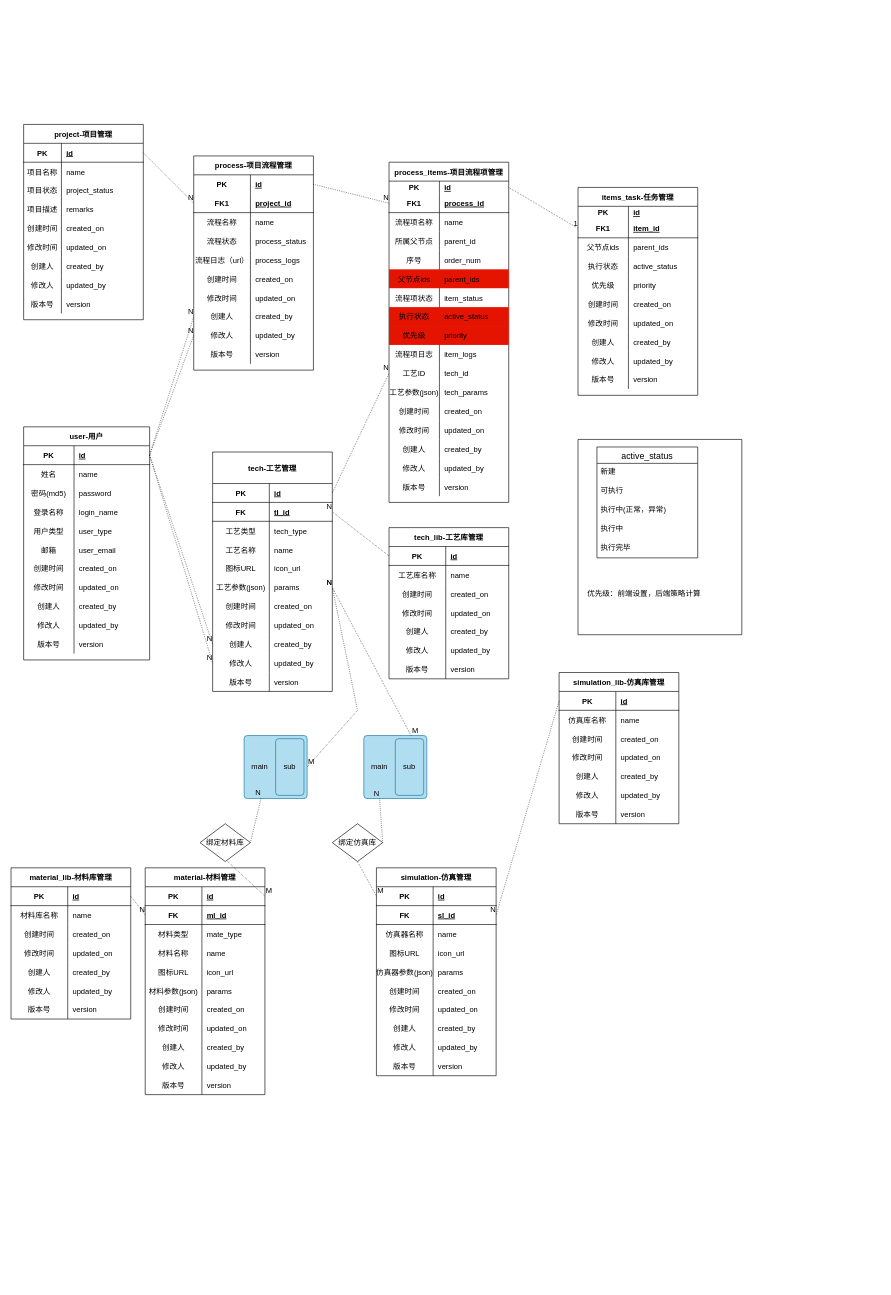
yezhen701/VTCAD keeps this draw.io diagram as doc/webVTCadDatabase.drawio. Above is the earlier version. Source tidied: cells renumbered, new cells numbered last; positions are measured from the earlier drawing's top-left corner, leaving out a move shared by most shapes. Both pictures are drawn from the tidied source at 63%, with x=0, y=0 at pixel (11, 124).
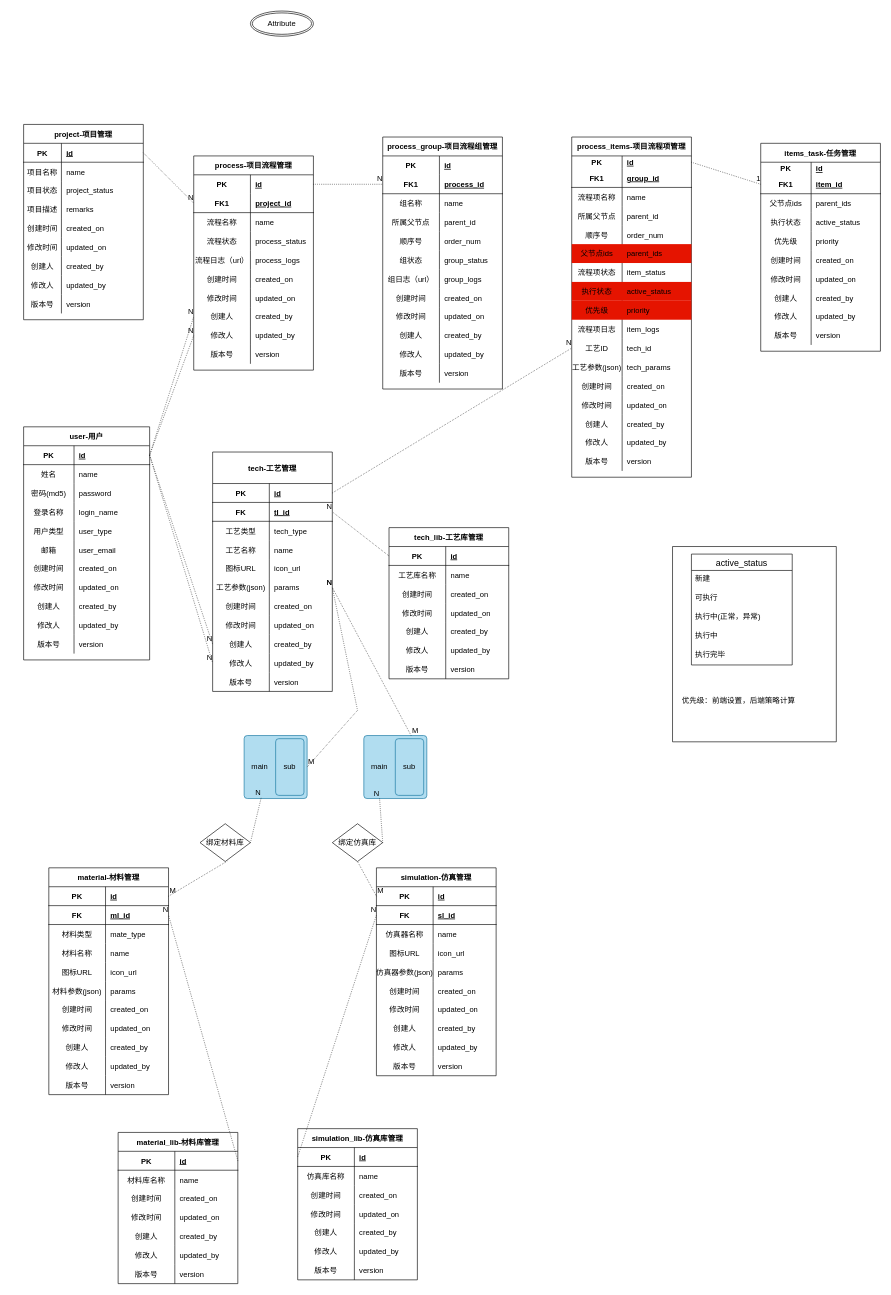
The same diagram, later.

Unchanged cells that the change refers to:
```xml
<mxCell id="68" style="shape=partialRectangle;fillColor=none;top=0;left=0;bottom=1;right=0;points=[[0,0.5],[1,0.5]];portConstraint=eastwest;" parent="64" vertex="1">
  <mxGeometry y="60" width="190" height="30" as="geometry" />
</mxCell>
<mxCell id="136" style="shape=partialRectangle;fillColor=none;top=0;left=0;bottom=1;right=0;points=[[0,0.5],[1,0.5]];portConstraint=eastwest;" parent="132" vertex="1">
  <mxGeometry y="60" width="190" height="30" as="geometry" />
</mxCell>
<mxCell id="167" style="shape=partialRectangle;fillColor=none;top=0;left=0;bottom=1;right=0;points=[[0,0.5],[1,0.5]];portConstraint=eastwest;" parent="163" vertex="1">
  <mxGeometry y="50" width="190" height="30" as="geometry" />
</mxCell>
<mxCell id="176" style="shape=partialRectangle;fillColor=none;top=0;left=0;bottom=0;right=0;" parent="163" vertex="1">
  <mxGeometry y="140" width="190" height="30" as="geometry" />
</mxCell>
<mxCell id="216" style="shape=partialRectangle;fillColor=none;top=0;left=0;bottom=0;right=0;points=[[0,0.5],[1,0.5]];portConstraint=eastwest;" parent="215" vertex="1">
  <mxGeometry y="30" width="190" height="30" as="geometry" />
</mxCell>
<mxCell id="261" style="shape=partialRectangle;fillColor=none;top=0;left=0;bottom=1;right=0;points=[[0,0.5],[1,0.5]];portConstraint=eastwest;" parent="260" vertex="1">
  <mxGeometry y="30" width="190" height="30" as="geometry" />
</mxCell>
<mxCell id="372" style="shape=partialRectangle;fillColor=none;top=0;left=0;bottom=1;right=0;points=[[0,0.5],[1,0.5]];portConstraint=eastwest;" parent="371" vertex="1">
  <mxGeometry y="30" width="190" height="30" as="geometry" />
</mxCell>
```

The edit, as a diff of the source:
```diff
@@
     <mxCell id="64" value="material-材料管理" style="shape=table;startSize=30;childLayout=tableLayout;rowLines=0;fontStyle=1;align=center;" parent="1" vertex="1">
-      <mxGeometry x="213" y="1180" width="190" height="360" as="geometry" />
+      <mxGeometry x="60" y="1180" width="190" height="360" as="geometry" />
     </mxCell>
@@
     <mxCell id="163" value="process_items-项目流程项管理" style="shape=table;startSize=30;childLayout=tableLayout;rowLines=0;fontStyle=1;align=center;" parent="1" vertex="1">
-      <mxGeometry x="600" y="60" width="190" height="540" as="geometry" />
+      <mxGeometry x="890" y="20" width="190" height="540" as="geometry" />
     </mxCell>
@@
-    <mxCell id="169" value="process_id" style="shape=partialRectangle;fillColor=none;top=0;left=0;bottom=0;right=0;align=left;spacingLeft=6;fontStyle=5;overflow=hidden;" parent="167" vertex="1">
+    <mxCell id="169" value="group_id" style="shape=partialRectangle;fillColor=none;top=0;left=0;bottom=0;right=0;align=left;spacingLeft=6;fontStyle=5;overflow=hidden;" parent="167" vertex="1">
       <mxGeometry x="80" width="110" height="30" as="geometry" />
     </mxCell>
@@
-    <mxCell id="177" value="序号" style="shape=partialRectangle;fillColor=none;top=0;left=0;bottom=0;right=0;overflow=hidden;" parent="176" vertex="1">
+    <mxCell id="177" value="顺序号" style="shape=partialRectangle;fillColor=none;top=0;left=0;bottom=0;right=0;overflow=hidden;" parent="176" vertex="1">
       <mxGeometry width="80" height="30" as="geometry" />
     </mxCell>
@@
-    <mxCell id="248" style="endArrow=none;html=1;rounded=0;dashed=1;dashPattern=1 2;exitX=1;exitY=0.5;exitDx=0;exitDy=0;entryX=0;entryY=0.5;entryDx=0;entryDy=0;" parent="1" edge="1" source="216" target="167">
+    <mxCell id="248" style="endArrow=none;html=1;rounded=0;dashed=1;dashPattern=1 2;exitX=1;exitY=0.5;exitDx=0;exitDy=0;entryX=0;entryY=0.5;entryDx=0;entryDy=0;" parent="1" edge="1" source="216" target="400">
       <mxGeometry relative="1" as="geometry" />
     </mxCell>
@@
     <mxCell id="260" value="material_lib-材料库管理" style="shape=table;startSize=30;childLayout=tableLayout;rowLines=0;fontStyle=1;align=center;" parent="1" vertex="1">
-      <mxGeometry y="1180" width="190" height="240" as="geometry" />
+      <mxGeometry x="170" y="1600" width="190" height="240" as="geometry" />
     </mxCell>
@@
-    <mxCell id="282" style="endArrow=none;html=1;rounded=0;dashed=1;dashPattern=1 2;exitX=1;exitY=0.5;exitDx=0;exitDy=0;entryX=0;entryY=0.5;entryDx=0;entryDy=0;" parent="1" edge="1" source="261" target="68">
+    <mxCell id="282" style="endArrow=none;html=1;rounded=0;dashed=1;dashPattern=1 2;exitX=1;exitY=0.5;exitDx=0;exitDy=0;entryX=1;entryY=0.5;entryDx=0;entryDy=0;" parent="1" edge="1" source="261" target="68">
       <mxGeometry relative="1" as="geometry" />
     </mxCell>
@@
     <mxCell id="308" style="swimlane;startSize=0;" parent="1" vertex="1">
-      <mxGeometry x="900" y="500" width="260" height="310" as="geometry" />
+      <mxGeometry x="1050" y="670" width="260" height="310" as="geometry" />
     </mxCell>
@@
     <mxCell id="316" value="items_task-任务管理" style="shape=table;startSize=30;childLayout=tableLayout;rowLines=0;fontStyle=1;align=center;" parent="1" vertex="1">
-      <mxGeometry x="900" y="100" width="190" height="330" as="geometry" />
+      <mxGeometry x="1190" y="30" width="190" height="330" as="geometry" />
     </mxCell>
@@
     <mxCell id="371" value="simulation_lib-仿真库管理" style="shape=table;startSize=30;childLayout=tableLayout;rowLines=0;fontStyle=1;align=center;" parent="1" vertex="1">
-      <mxGeometry x="870" y="870" width="190" height="240" as="geometry" />
+      <mxGeometry x="455" y="1594" width="190" height="240" as="geometry" />
     </mxCell>
@@
-    <mxCell id="393" style="endArrow=none;html=1;rounded=0;dashed=1;dashPattern=1 2;entryX=1;entryY=0.5;entryDx=0;entryDy=0;exitX=0;exitY=0.5;exitDx=0;exitDy=0;" parent="1" edge="1" source="372" target="136">
+    <mxCell id="393" style="endArrow=none;html=1;rounded=0;dashed=1;dashPattern=1 2;entryX=0;entryY=0.5;entryDx=0;entryDy=0;exitX=0;exitY=0.5;exitDx=0;exitDy=0;" parent="1" edge="1" source="372" target="136">
       <mxGeometry relative="1" as="geometry" />
     </mxCell>
@@
+    <mxCell id="395" value="Attribute" style="ellipse;shape=doubleEllipse;margin=3;whiteSpace=wrap;html=1;align=center;" parent="1" vertex="1">
+      <mxGeometry x="380" y="-180" width="100" height="40" as="geometry" />
+    </mxCell>
+    <mxCell id="396" value="process_group-项目流程组管理" style="shape=table;startSize=30;childLayout=tableLayout;rowLines=0;fontStyle=1;align=center;" parent="1" vertex="1">
+      <mxGeometry x="590" y="20" width="190" height="400" as="geometry" />
+    </mxCell>
+    <mxCell id="397" style="shape=partialRectangle;fillColor=none;top=0;left=0;bottom=0;right=0;" parent="396" vertex="1">
+      <mxGeometry y="30" width="190" height="30" as="geometry" />
+    </mxCell>
+    <mxCell id="398" value="PK" style="shape=partialRectangle;fillColor=none;top=0;left=0;bottom=0;right=0;fontStyle=1;overflow=hidden;" parent="397" vertex="1">
+      <mxGeometry width="90" height="30" as="geometry" />
+    </mxCell>
+    <mxCell id="399" value="id" style="shape=partialRectangle;fillColor=none;top=0;left=0;bottom=0;right=0;align=left;spacingLeft=6;fontStyle=5;overflow=hidden;" parent="397" vertex="1">
+      <mxGeometry x="90" width="100" height="30" as="geometry" />
+    </mxCell>
+    <mxCell id="400" style="shape=partialRectangle;fillColor=none;top=0;left=0;bottom=1;right=0;points=[[0,0.5],[1,0.5]];portConstraint=eastwest;" parent="396" vertex="1">
+      <mxGeometry y="60" width="190" height="30" as="geometry" />
+    </mxCell>
+    <mxCell id="401" value="FK1" style="shape=partialRectangle;fillColor=none;top=0;left=0;bottom=0;right=0;fontStyle=1;overflow=hidden;" parent="400" vertex="1">
+      <mxGeometry width="90" height="30" as="geometry" />
+    </mxCell>
+    <mxCell id="402" value="process_id" style="shape=partialRectangle;fillColor=none;top=0;left=0;bottom=0;right=0;align=left;spacingLeft=6;fontStyle=5;overflow=hidden;" parent="400" vertex="1">
+      <mxGeometry x="90" width="100" height="30" as="geometry" />
+    </mxCell>
+    <mxCell id="403" style="shape=partialRectangle;fillColor=none;top=0;left=0;bottom=0;right=0;" parent="396" vertex="1">
+      <mxGeometry y="90" width="190" height="30" as="geometry" />
+    </mxCell>
+    <mxCell id="404" value="组名称" style="shape=partialRectangle;fillColor=none;top=0;left=0;bottom=0;right=0;overflow=hidden;" parent="403" vertex="1">
+      <mxGeometry width="90" height="30" as="geometry" />
+    </mxCell>
+    <mxCell id="405" value="name" style="shape=partialRectangle;fillColor=none;top=0;left=0;bottom=0;right=0;align=left;spacingLeft=6;overflow=hidden;" parent="403" vertex="1">
+      <mxGeometry x="90" width="100" height="30" as="geometry" />
+    </mxCell>
+    <mxCell id="406" style="shape=partialRectangle;fillColor=none;top=0;left=0;bottom=0;right=0;" parent="396" vertex="1">
+      <mxGeometry y="120" width="190" height="30" as="geometry" />
+    </mxCell>
+    <mxCell id="407" value="所属父节点" style="shape=partialRectangle;fillColor=none;top=0;left=0;bottom=0;right=0;overflow=hidden;" parent="406" vertex="1">
+      <mxGeometry width="90" height="30" as="geometry" />
+    </mxCell>
+    <mxCell id="408" value="parent_id" style="shape=partialRectangle;fillColor=none;top=0;left=0;bottom=0;right=0;align=left;spacingLeft=6;overflow=hidden;" parent="406" vertex="1">
+      <mxGeometry x="90" width="100" height="30" as="geometry" />
+    </mxCell>
+    <mxCell id="409" style="shape=partialRectangle;fillColor=none;top=0;left=0;bottom=0;right=0;" parent="396" vertex="1">
+      <mxGeometry y="150" width="190" height="30" as="geometry" />
+    </mxCell>
+    <mxCell id="410" value="顺序号" style="shape=partialRectangle;fillColor=none;top=0;left=0;bottom=0;right=0;overflow=hidden;" parent="409" vertex="1">
+      <mxGeometry width="90" height="30" as="geometry" />
+    </mxCell>
+    <mxCell id="411" value="order_num" style="shape=partialRectangle;fillColor=none;top=0;left=0;bottom=0;right=0;align=left;spacingLeft=6;overflow=hidden;" parent="409" vertex="1">
+      <mxGeometry x="90" width="100" height="30" as="geometry" />
+    </mxCell>
+    <mxCell id="412" style="shape=partialRectangle;fillColor=none;top=0;left=0;bottom=0;right=0;" parent="396" vertex="1">
+      <mxGeometry y="180" width="190" height="30" as="geometry" />
+    </mxCell>
+    <mxCell id="413" value="组状态" style="shape=partialRectangle;fillColor=none;top=0;left=0;bottom=0;right=0;overflow=hidden;" parent="412" vertex="1">
+      <mxGeometry width="90" height="30" as="geometry" />
+    </mxCell>
+    <mxCell id="414" value="group_status" style="shape=partialRectangle;fillColor=none;top=0;left=0;bottom=0;right=0;align=left;spacingLeft=6;overflow=hidden;" parent="412" vertex="1">
+      <mxGeometry x="90" width="100" height="30" as="geometry" />
+    </mxCell>
+    <mxCell id="415" style="shape=partialRectangle;fillColor=none;top=0;left=0;bottom=0;right=0;" parent="396" vertex="1">
+      <mxGeometry y="210" width="190" height="30" as="geometry" />
+    </mxCell>
+    <mxCell id="416" value="组日志（url）" style="shape=partialRectangle;fillColor=none;top=0;left=0;bottom=0;right=0;overflow=hidden;" parent="415" vertex="1">
+      <mxGeometry width="90" height="30" as="geometry" />
+    </mxCell>
+    <mxCell id="417" value="group_logs" style="shape=partialRectangle;fillColor=none;top=0;left=0;bottom=0;right=0;align=left;spacingLeft=6;overflow=hidden;" parent="415" vertex="1">
+      <mxGeometry x="90" width="100" height="30" as="geometry" />
+    </mxCell>
+    <mxCell id="418" style="shape=partialRectangle;fillColor=none;top=0;left=0;bottom=0;right=0;" parent="396" vertex="1">
+      <mxGeometry y="240" width="190" height="30" as="geometry" />
+    </mxCell>
+    <mxCell id="419" value="创建时间" style="shape=partialRectangle;fillColor=none;top=0;left=0;bottom=0;right=0;overflow=hidden;" parent="418" vertex="1">
+      <mxGeometry width="90" height="30" as="geometry" />
+    </mxCell>
+    <mxCell id="420" value="created_on" style="shape=partialRectangle;fillColor=none;top=0;left=0;bottom=0;right=0;align=left;spacingLeft=6;overflow=hidden;" parent="418" vertex="1">
+      <mxGeometry x="90" width="100" height="30" as="geometry" />
+    </mxCell>
+    <mxCell id="421" style="shape=partialRectangle;fillColor=none;top=0;left=0;bottom=0;right=0;" parent="396" vertex="1">
+      <mxGeometry y="270" width="190" height="30" as="geometry" />
+    </mxCell>
+    <mxCell id="422" value="修改时间" style="shape=partialRectangle;fillColor=none;top=0;left=0;bottom=0;right=0;overflow=hidden;" parent="421" vertex="1">
+      <mxGeometry width="90" height="30" as="geometry" />
+    </mxCell>
+    <mxCell id="423" value="updated_on" style="shape=partialRectangle;fillColor=none;top=0;left=0;bottom=0;right=0;align=left;spacingLeft=6;overflow=hidden;" parent="421" vertex="1">
+      <mxGeometry x="90" width="100" height="30" as="geometry" />
+    </mxCell>
+    <mxCell id="424" style="shape=partialRectangle;fillColor=none;top=0;left=0;bottom=0;right=0;" parent="396" vertex="1">
+      <mxGeometry y="300" width="190" height="30" as="geometry" />
+    </mxCell>
+    <mxCell id="425" value="创建人" style="shape=partialRectangle;fillColor=none;top=0;left=0;bottom=0;right=0;overflow=hidden;" parent="424" vertex="1">
+      <mxGeometry width="90" height="30" as="geometry" />
+    </mxCell>
+    <mxCell id="426" value="created_by" style="shape=partialRectangle;fillColor=none;top=0;left=0;bottom=0;right=0;align=left;spacingLeft=6;overflow=hidden;" parent="424" vertex="1">
+      <mxGeometry x="90" width="100" height="30" as="geometry" />
+    </mxCell>
+    <mxCell id="427" style="shape=partialRectangle;fillColor=none;top=0;left=0;bottom=0;right=0;" parent="396" vertex="1">
+      <mxGeometry y="330" width="190" height="30" as="geometry" />
+    </mxCell>
+    <mxCell id="428" value="修改人" style="shape=partialRectangle;fillColor=none;top=0;left=0;bottom=0;right=0;overflow=hidden;" parent="427" vertex="1">
+      <mxGeometry width="90" height="30" as="geometry" />
+    </mxCell>
+    <mxCell id="429" value="updated_by" style="shape=partialRectangle;fillColor=none;top=0;left=0;bottom=0;right=0;align=left;spacingLeft=6;overflow=hidden;" parent="427" vertex="1">
+      <mxGeometry x="90" width="100" height="30" as="geometry" />
+    </mxCell>
+    <mxCell id="430" style="shape=partialRectangle;fillColor=none;top=0;left=0;bottom=0;right=0;" parent="396" vertex="1">
+      <mxGeometry y="360" width="190" height="30" as="geometry" />
+    </mxCell>
+    <mxCell id="431" value="版本号" style="shape=partialRectangle;fillColor=none;top=0;left=0;bottom=0;right=0;overflow=hidden;" parent="430" vertex="1">
+      <mxGeometry width="90" height="30" as="geometry" />
+    </mxCell>
+    <mxCell id="432" value="version" style="shape=partialRectangle;fillColor=none;top=0;left=0;bottom=0;right=0;align=left;spacingLeft=6;overflow=hidden;" parent="430" vertex="1">
+      <mxGeometry x="90" width="100" height="30" as="geometry" />
+    </mxCell>
```
